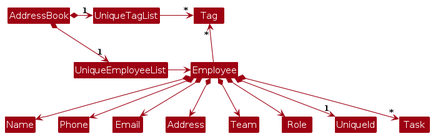
This is diagrams/BetterModelClassDiagram.png from PyromancerBoom/tp, a PlantUML export, as it was before one commit. Its source is kept beside it as diagrams/BetterModelClassDiagram.puml.
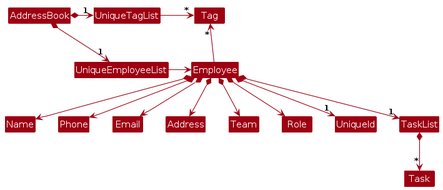
Above is the later version.

Change to the diagram source:
```diff
@@ -21,5 +21,6 @@
 Employee *--> Team
 Employee *--> Role
 Employee *--> "1" UniqueId
-Employee *--> "*" Task
+Employee *--> "1" TaskList
+TaskList *--> "*" Task
 @enduml
```
